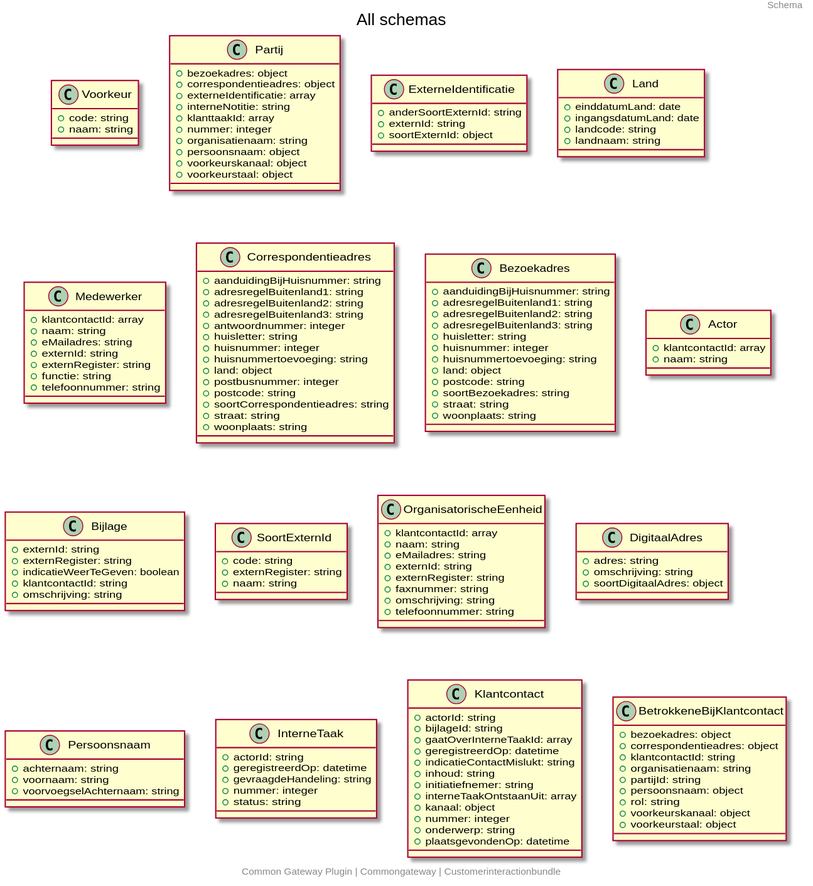
Earlier version of the PlantUML export docs/schema/all_schema_classes.svg (CommonGateway/CustomerInteractionBundle).
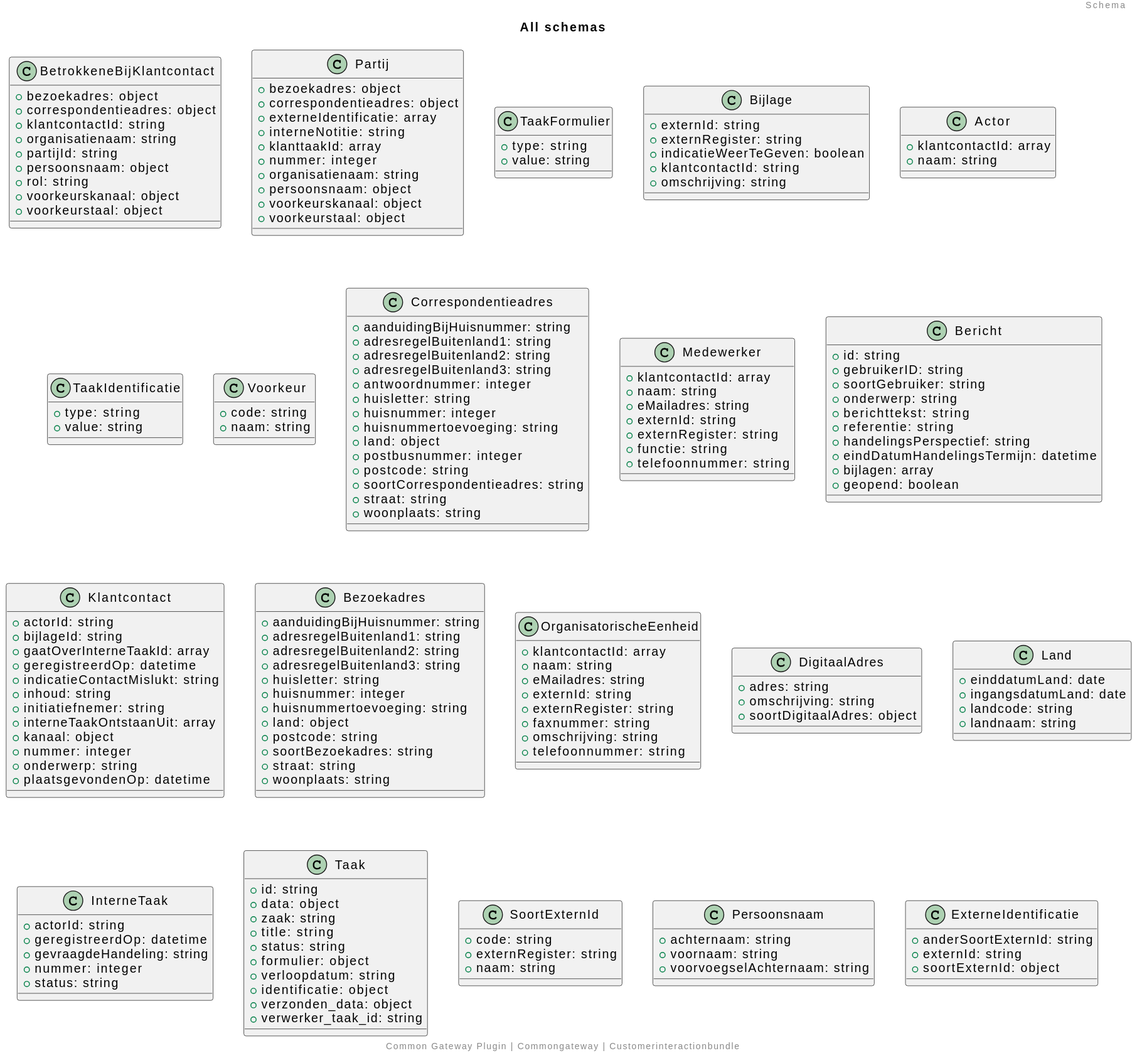
After the change.

The edit, as a diff of the source:
```diff
@@ -2,9 +2,16 @@
 title: All schemas
 footer: Common Gateway Plugin | Commongateway | Customerinteractionbundle
 header: Schema
-class Voorkeur {
-  + code: string
-  + naam: string
+class BetrokkeneBijKlantcontact {
+  + bezoekadres: object
+  + correspondentieadres: object
+  + klantcontactId: string
+  + organisatienaam: string
+  + partijId: string
+  + persoonsnaam: object
+  + rol: string
+  + voorkeurskanaal: object
+  + voorkeurstaal: object
 }
 class Partij {
   + bezoekadres: object
@@ -18,25 +25,28 @@
   + voorkeurskanaal: object
   + voorkeurstaal: object
 }
-class ExterneIdentificatie {
-  + anderSoortExternId: string
+class TaakFormulier {
+  + type: string
+  + value: string
+}
+class Bijlage {
   + externId: string
-  + soortExternId: object
+  + externRegister: string
+  + indicatieWeerTeGeven: boolean
+  + klantcontactId: string
+  + omschrijving: string
 }
-class Land {
-  + einddatumLand: date
-  + ingangsdatumLand: date
-  + landcode: string
-  + landnaam: string
-}
-class Medewerker {
+class Actor {
   + klantcontactId: array
   + naam: string
-  + eMailadres: string
-  + externId: string
-  + externRegister: string
-  + functie: string
-  + telefoonnummer: string
+}
+class TaakIdentificatie {
+  + type: string
+  + value: string
+}
+class Voorkeur {
+  + code: string
+  + naam: string
 }
 class Correspondentieadres {
   + aanduidingBijHuisnummer: string
@@ -54,6 +64,41 @@
   + straat: string
   + woonplaats: string
 }
+class Medewerker {
+  + klantcontactId: array
+  + naam: string
+  + eMailadres: string
+  + externId: string
+  + externRegister: string
+  + functie: string
+  + telefoonnummer: string
+}
+class Bericht {
+  + id: string
+  + gebruikerID: string
+  + soortGebruiker: string
+  + onderwerp: string
+  + berichttekst: string
+  + referentie: string
+  + handelingsPerspectief: string
+  + eindDatumHandelingsTermijn: datetime
+  + bijlagen: array
+  + geopend: boolean
+}
+class Klantcontact {
+  + actorId: string
+  + bijlageId: string
+  + gaatOverInterneTaakId: array
+  + geregistreerdOp: datetime
+  + indicatieContactMislukt: string
+  + inhoud: string
+  + initiatiefnemer: string
+  + interneTaakOntstaanUit: array
+  + kanaal: object
+  + nummer: integer
+  + onderwerp: string
+  + plaatsgevondenOp: datetime
+}
 class Bezoekadres {
   + aanduidingBijHuisnummer: string
   + adresregelBuitenland1: string
@@ -67,22 +112,6 @@
   + soortBezoekadres: string
   + straat: string
   + woonplaats: string
-}
-class Actor {
-  + klantcontactId: array
-  + naam: string
-}
-class Bijlage {
-  + externId: string
-  + externRegister: string
-  + indicatieWeerTeGeven: boolean
-  + klantcontactId: string
-  + omschrijving: string
-}
-class SoortExternId {
-  + code: string
-  + externRegister: string
-  + naam: string
 }
 class OrganisatorischeEenheid {
   + klantcontactId: array
@@ -99,10 +128,11 @@
   + omschrijving: string
   + soortDigitaalAdres: object
 }
-class Persoonsnaam {
-  + achternaam: string
-  + voornaam: string
-  + voorvoegselAchternaam: string
+class Land {
+  + einddatumLand: date
+  + ingangsdatumLand: date
+  + landcode: string
+  + landnaam: string
 }
 class InterneTaak {
   + actorId: string
@@ -111,29 +141,31 @@
   + nummer: integer
   + status: string
 }
-class Klantcontact {
-  + actorId: string
-  + bijlageId: string
-  + gaatOverInterneTaakId: array
-  + geregistreerdOp: datetime
-  + indicatieContactMislukt: string
-  + inhoud: string
-  + initiatiefnemer: string
-  + interneTaakOntstaanUit: array
-  + kanaal: object
-  + nummer: integer
-  + onderwerp: string
-  + plaatsgevondenOp: datetime
+class Taak {
+  + id: string
+  + data: object
+  + zaak: string
+  + title: string
+  + status: string
+  + formulier: object
+  + verloopdatum: string
+  + identificatie: object
+  + verzonden_data: object
+  + verwerker_taak_id: string
 }
-class BetrokkeneBijKlantcontact {
-  + bezoekadres: object
-  + correspondentieadres: object
-  + klantcontactId: string
-  + organisatienaam: string
-  + partijId: string
-  + persoonsnaam: object
-  + rol: string
-  + voorkeurskanaal: object
-  + voorkeurstaal: object
+class SoortExternId {
+  + code: string
+  + externRegister: string
+  + naam: string
+}
+class Persoonsnaam {
+  + achternaam: string
+  + voornaam: string
+  + voorvoegselAchternaam: string
+}
+class ExterneIdentificatie {
+  + anderSoortExternId: string
+  + externId: string
+  + soortExternId: object
 }
 @enduml
```
